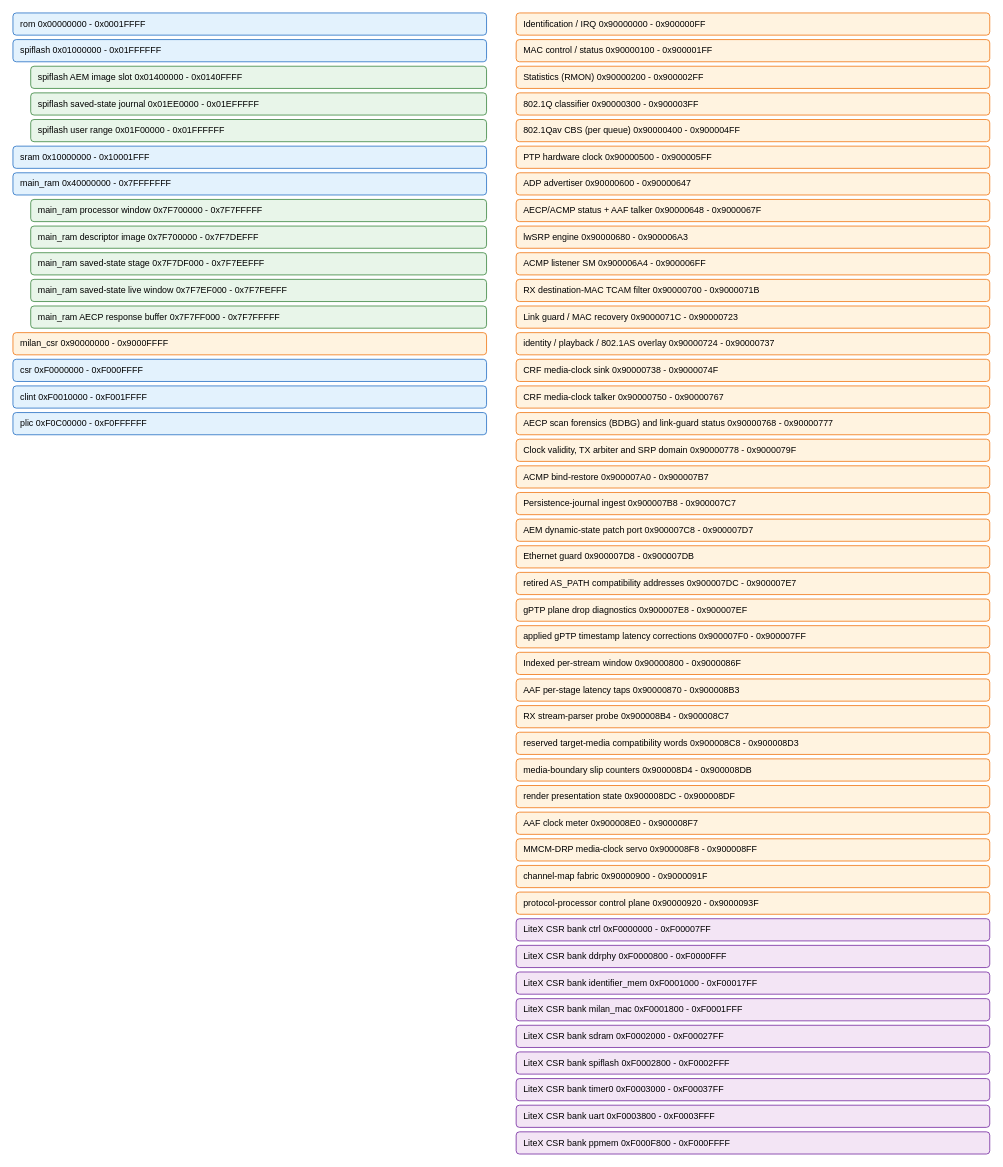
This is docs/diagrams/memory_map.drawio from kebag-logic/milan-fpga, a draw.io file, before an edit. Source tidied: cells renumbered, new cells numbered last; positions are measured from the earlier drawing's top-left corner, leaving out a move shared by most shapes. Both pictures are drawn from the tidied source at 74%, with x=0, y=0 at pixel (13, 13).
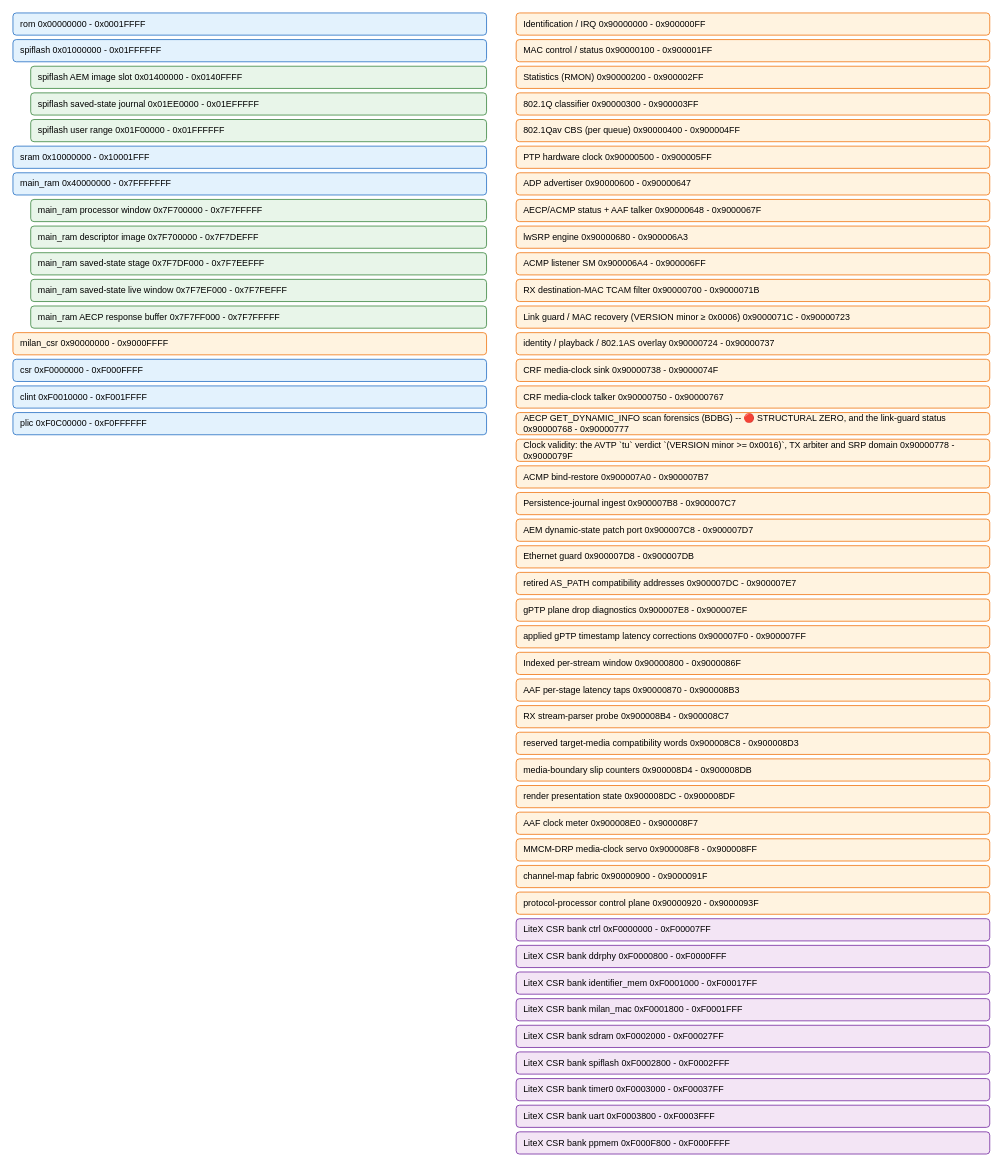
The same diagram, later.

The edit, as a diff of the source:
```diff
@@
-    <mxCell id="29" value="Link guard / MAC recovery   0x9000071C - 0x90000723" style="rounded=1;whiteSpace=wrap;html=1;fillColor=#FFF3E0;strokeColor=#EF6C00;fontSize=12;align=left;spacingLeft=8;" parent="1" vertex="1">
+    <mxCell id="29" value="Link guard / MAC recovery (VERSION minor ≥ 0x0006)   0x9000071C - 0x90000723" style="rounded=1;whiteSpace=wrap;html=1;fillColor=#FFF3E0;strokeColor=#EF6C00;fontSize=12;align=left;spacingLeft=8;" parent="1" vertex="1">
       <mxGeometry x="680" y="396" width="640" height="30" as="geometry" />
     </mxCell>
@@
-    <mxCell id="33" value="AECP scan forensics (BDBG) and link-guard status   0x90000768 - 0x90000777" style="rounded=1;whiteSpace=wrap;html=1;fillColor=#FFF3E0;strokeColor=#EF6C00;fontSize=12;align=left;spacingLeft=8;" parent="1" vertex="1">
+    <mxCell id="33" value="AECP GET_DYNAMIC_INFO scan forensics (BDBG) -- 🔴 STRUCTURAL ZERO, and the link-guard status   0x90000768 - 0x90000777" style="rounded=1;whiteSpace=wrap;html=1;fillColor=#FFF3E0;strokeColor=#EF6C00;fontSize=12;align=left;spacingLeft=8;" parent="1" vertex="1">
       <mxGeometry x="680" y="540" width="640" height="30" as="geometry" />
     </mxCell>
-    <mxCell id="34" value="Clock validity, TX arbiter and SRP domain   0x90000778 - 0x9000079F" style="rounded=1;whiteSpace=wrap;html=1;fillColor=#FFF3E0;strokeColor=#EF6C00;fontSize=12;align=left;spacingLeft=8;" parent="1" vertex="1">
+    <mxCell id="34" value="Clock validity: the AVTP `tu` verdict `(VERSION minor &gt;= 0x0016)`, TX arbiter and SRP domain   0x90000778 - 0x9000079F" style="rounded=1;whiteSpace=wrap;html=1;fillColor=#FFF3E0;strokeColor=#EF6C00;fontSize=12;align=left;spacingLeft=8;" parent="1" vertex="1">
       <mxGeometry x="680" y="576" width="640" height="30" as="geometry" />
     </mxCell>
```
